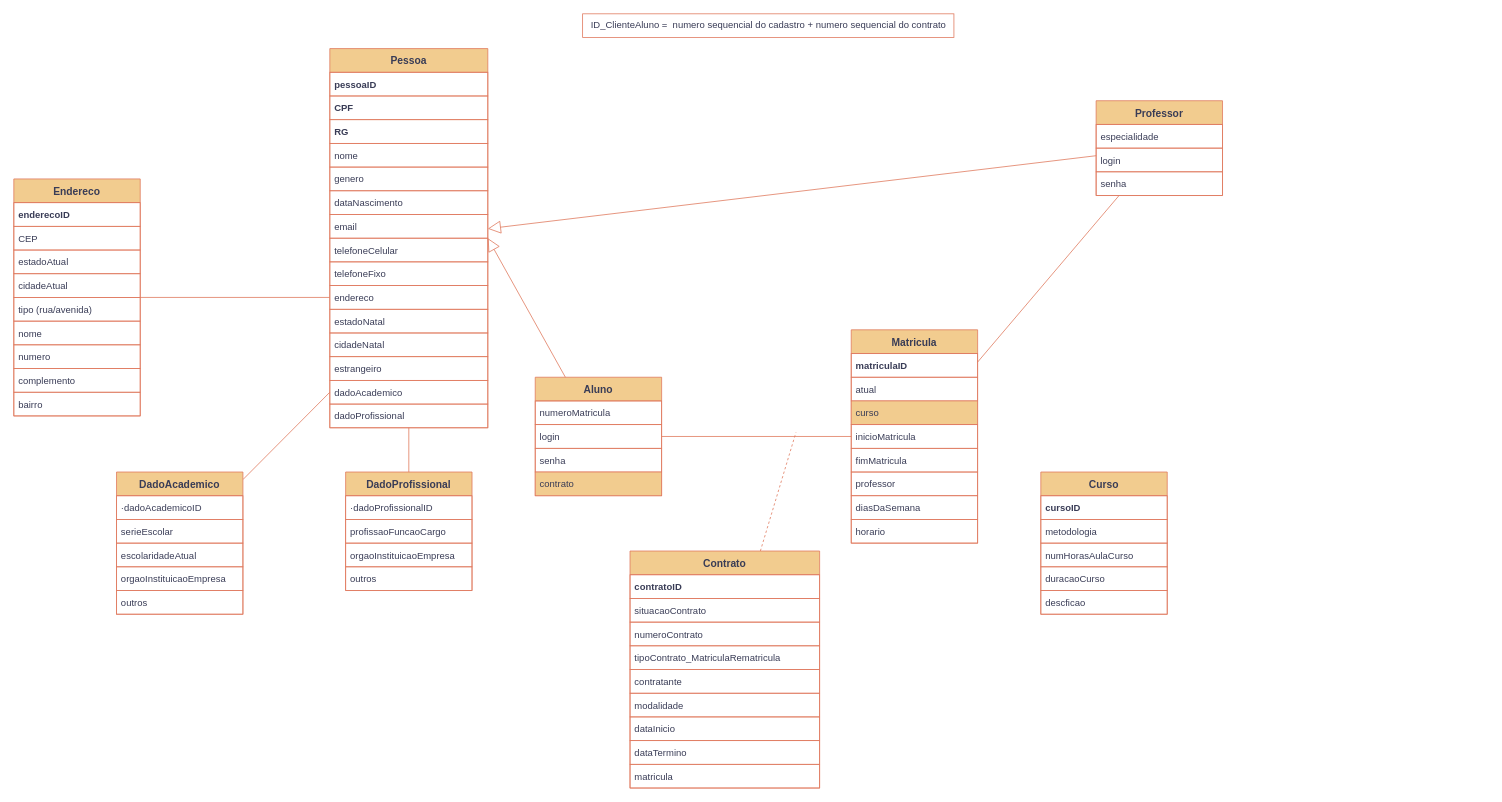
This is page "Classes" (2 of 5) of docs/diagrams/UML.drawio from Vitor-rs/AgePlan_backend, a draw.io file, before an edit. Source tidied: cells renumbered, new cells numbered last; positions are measured from the earlier drawing's top-left corner, leaving out a move shared by most shapes. Both pictures are drawn from the tidied source at 79%, with x=0, y=0 at pixel (13, 13).
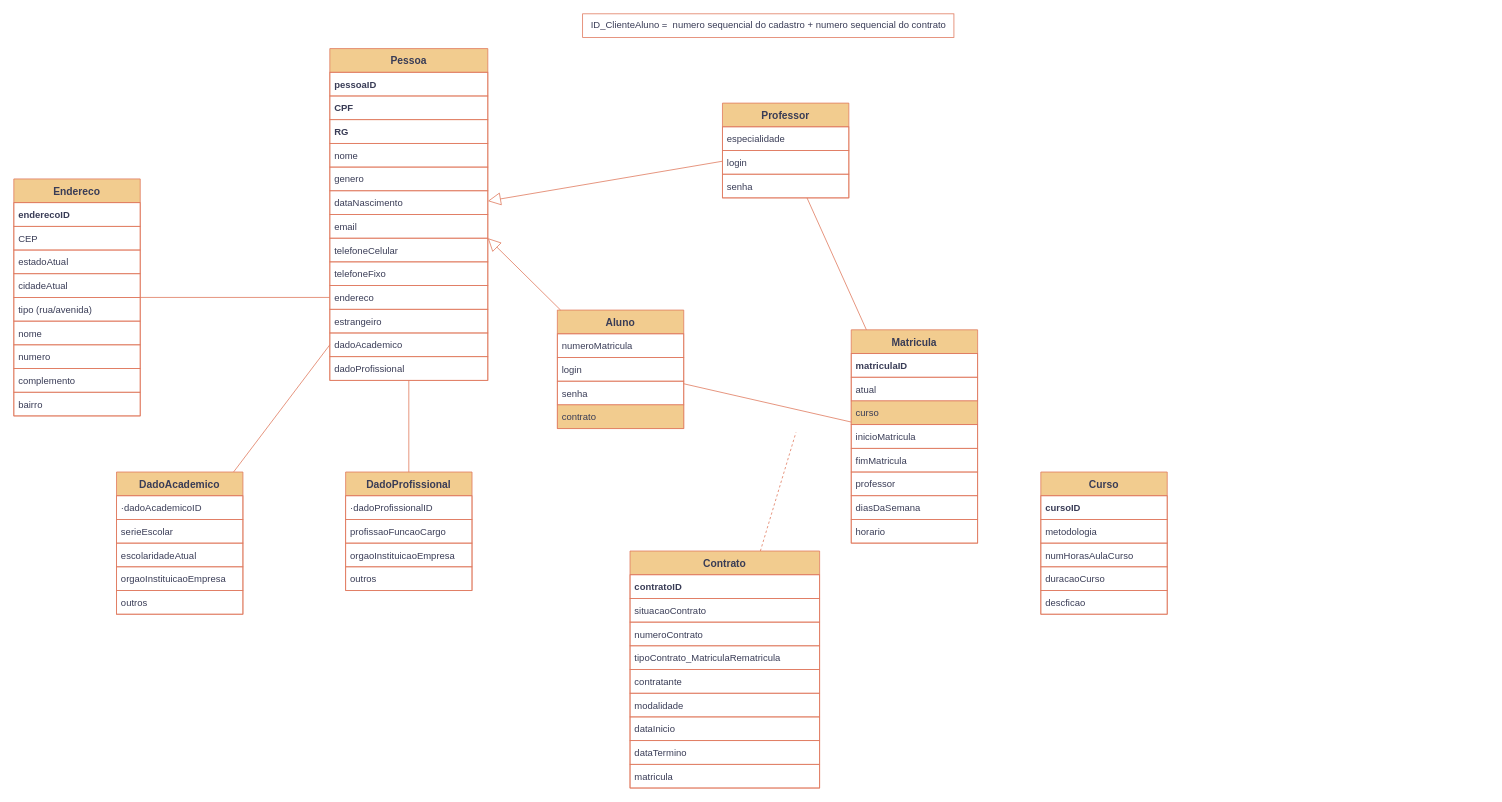
Above is the later version.

Change to the diagram source:
```diff
@@
     <mxCell id="33" value="Aluno" style="swimlane;fontStyle=1;horizontal=1;startSize=30;fillColor=#F2CC8F;strokeColor=#E07A5F;fontColor=#393C56;rounded=0;fontSize=13;labelBackgroundColor=none;strokeWidth=1;" parent="1" vertex="1">
-      <mxGeometry x="660" y="460" width="160" height="150" as="geometry" />
+      <mxGeometry x="688" y="375" width="160" height="150" as="geometry" />
     </mxCell>
@@
     <mxCell id="53" value="Professor" style="swimlane;fontStyle=1;horizontal=1;startSize=30;fillColor=#F2CC8F;strokeColor=#E07A5F;fontColor=#393C56;rounded=0;fontSize=13;labelBackgroundColor=none;strokeWidth=1;" parent="1" vertex="1">
-      <mxGeometry x="1370" y="110" width="160" height="120" as="geometry" />
+      <mxGeometry x="897" y="113" width="160" height="120" as="geometry" />
     </mxCell>
@@
     <mxCell id="61" value="Pessoa" style="swimlane;fontStyle=1;horizontal=1;startSize=30;fillColor=#F2CC8F;strokeColor=#E07A5F;fontColor=#393C56;rounded=0;fontSize=13;labelBackgroundColor=none;strokeWidth=1;" parent="1" vertex="1">
-      <mxGeometry x="400" y="44" width="200" height="480" as="geometry" />
+      <mxGeometry x="400" y="44" width="200" height="420" as="geometry" />
     </mxCell>
@@
-    <mxCell id="72" value="estadoNatal" style="text;strokeColor=#E07A5F;fillColor=none;align=left;verticalAlign=middle;spacingLeft=4;spacingRight=4;overflow=hidden;fontColor=#393C56;rounded=0;labelBackgroundColor=none;strokeWidth=1;" parent="61" vertex="1">
-      <mxGeometry y="330" width="200" height="30" as="geometry" />
-    </mxCell>
-    <mxCell id="73" value="cidadeNatal" style="text;strokeColor=#E07A5F;fillColor=none;align=left;verticalAlign=middle;spacingLeft=4;spacingRight=4;overflow=hidden;fontColor=#393C56;rounded=0;labelBackgroundColor=none;strokeWidth=1;" parent="61" vertex="1">
-      <mxGeometry y="360" width="200" height="30" as="geometry" />
-    </mxCell>
     <mxCell id="74" value="estrangeiro" style="text;strokeColor=#E07A5F;fillColor=none;align=left;verticalAlign=middle;spacingLeft=4;spacingRight=4;overflow=hidden;fontColor=#393C56;rounded=0;labelBackgroundColor=none;strokeWidth=1;" parent="61" vertex="1">
-      <mxGeometry y="390" width="200" height="30" as="geometry" />
+      <mxGeometry y="330" width="200" height="30" as="geometry" />
     </mxCell>
     <mxCell id="75" value="dadoAcademico" style="text;strokeColor=#E07A5F;fillColor=none;align=left;verticalAlign=middle;spacingLeft=4;spacingRight=4;overflow=hidden;points=[[0,0.5],[1,0.5]];portConstraint=eastwest;fontColor=#393C56;rounded=0;labelBackgroundColor=none;strokeWidth=1;" parent="61" vertex="1">
-      <mxGeometry y="420" width="200" height="30" as="geometry" />
+      <mxGeometry y="360" width="200" height="30" as="geometry" />
     </mxCell>
     <mxCell id="76" value="dadoProfissional" style="text;strokeColor=#E07A5F;fillColor=none;align=left;verticalAlign=middle;spacingLeft=4;spacingRight=4;overflow=hidden;points=[[0,0.5],[1,0.5]];portConstraint=eastwest;fontColor=#393C56;rounded=0;labelBackgroundColor=none;strokeWidth=1;" parent="61" vertex="1">
-      <mxGeometry y="450" width="200" height="30" as="geometry" />
+      <mxGeometry y="390" width="200" height="30" as="geometry" />
     </mxCell>
```
